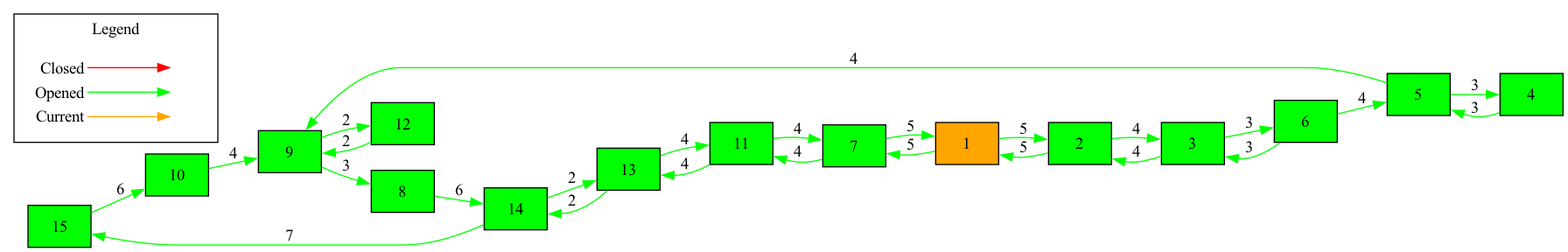
This is cmake-build-debug-coverage/graph.png from MishoMish/CityMap_ProjectSDP, a Graphviz export, as it was before one commit. Its source is kept beside it as cmake-build-debug-coverage/graph.dot.
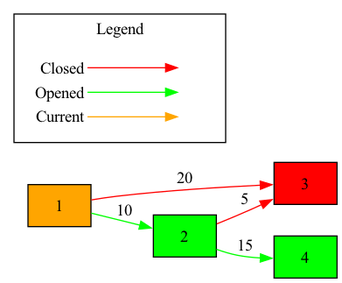
Above is the later version.

The edit, as a diff of the source:
```diff
@@ -1,46 +1,14 @@
 digraph G {
   graph [rankdir=LR];
   node [shape="box", color = "black", style="filled"];
-  "0x60000297c380" [label="15", fillcolor="green"];
-  "0x60000297c380" -> "0x60000297c300" [label="6", color="green"];
-  "0x60000297c300" [label="10", fillcolor="green"];
-  "0x60000297c300" -> "0x60000297c1c0" [label="4", color="green"];
-  "0x60000297c340" [label="13", fillcolor="green"];
-  "0x60000297c340" -> "0x60000297c280" [label="2", color="green"];
-  "0x60000297c340" -> "0x60000297c200" [label="4", color="green"];
-  "0x60000297c2c0" [label="12", fillcolor="green"];
-  "0x60000297c2c0" -> "0x60000297c1c0" [label="2", color="green"];
-  "0x60000297c040" [label="2", fillcolor="green"];
-  "0x60000297c040" -> "0x60000297c0c0" [label="4", color="green"];
-  "0x60000297c040" -> "0x60000297c000" [label="5", color="green"];
-  "0x60000297c1c0" [label="9", fillcolor="green"];
-  "0x60000297c1c0" -> "0x60000297c2c0" [label="2", color="green"];
-  "0x60000297c1c0" -> "0x60000297c240" [label="3", color="green"];
-  "0x60000297c280" [label="14", fillcolor="green"];
-  "0x60000297c280" -> "0x60000297c380" [label="7", color="green"];
-  "0x60000297c280" -> "0x60000297c340" [label="2", color="green"];
-  "0x60000297c240" [label="8", fillcolor="green"];
-  "0x60000297c240" -> "0x60000297c280" [label="6", color="green"];
-  "0x60000297c140" [label="4", fillcolor="green"];
-  "0x60000297c140" -> "0x60000297c180" [label="3", color="green"];
-  "0x60000297c200" [label="11", fillcolor="green"];
-  "0x60000297c200" -> "0x60000297c340" [label="4", color="green"];
-  "0x60000297c200" -> "0x60000297c080" [label="4", color="green"];
-  "0x60000297c100" [label="6", fillcolor="green"];
-  "0x60000297c100" -> "0x60000297c180" [label="4", color="green"];
-  "0x60000297c100" -> "0x60000297c0c0" [label="3", color="green"];
-  "0x60000297c0c0" [label="3", fillcolor="green"];
-  "0x60000297c0c0" -> "0x60000297c100" [label="3", color="green"];
-  "0x60000297c0c0" -> "0x60000297c040" [label="4", color="green"];
-  "0x60000297c000" [label="1", fillcolor="orange"];
-  "0x60000297c000" -> "0x60000297c080" [label="5", color="green"];
-  "0x60000297c000" -> "0x60000297c040" [label="5", color="green"];
-  "0x60000297c180" [label="5", fillcolor="green"];
-  "0x60000297c180" -> "0x60000297c1c0" [label="4", color="green"];
-  "0x60000297c180" -> "0x60000297c140" [label="3", color="green"];
-  "0x60000297c080" [label="7", fillcolor="green"];
-  "0x60000297c080" -> "0x60000297c200" [label="4", color="green"];
-  "0x60000297c080" -> "0x60000297c000" [label="5", color="green"];
+  "0x600002ba82c0" [label="4", fillcolor="green"];
+  "0x600002ba8280" [label="3", fillcolor="red"];
+  "0x600002ba8240" [label="2", fillcolor="green"];
+  "0x600002ba8240" -> "0x600002ba82c0" [label="15", color="green"];
+  "0x600002ba8240" -> "0x600002ba8280" [label="5", color="red"];
+  "0x600002ba8200" [label="1", fillcolor="orange"];
+  "0x600002ba8200" -> "0x600002ba8280" [label="20", color="red"];
+  "0x600002ba8200" -> "0x600002ba8240" [label="10", color="green"];
   rankdir=LR
   node [shape=plaintext]
   subgraph cluster_01 {
```
